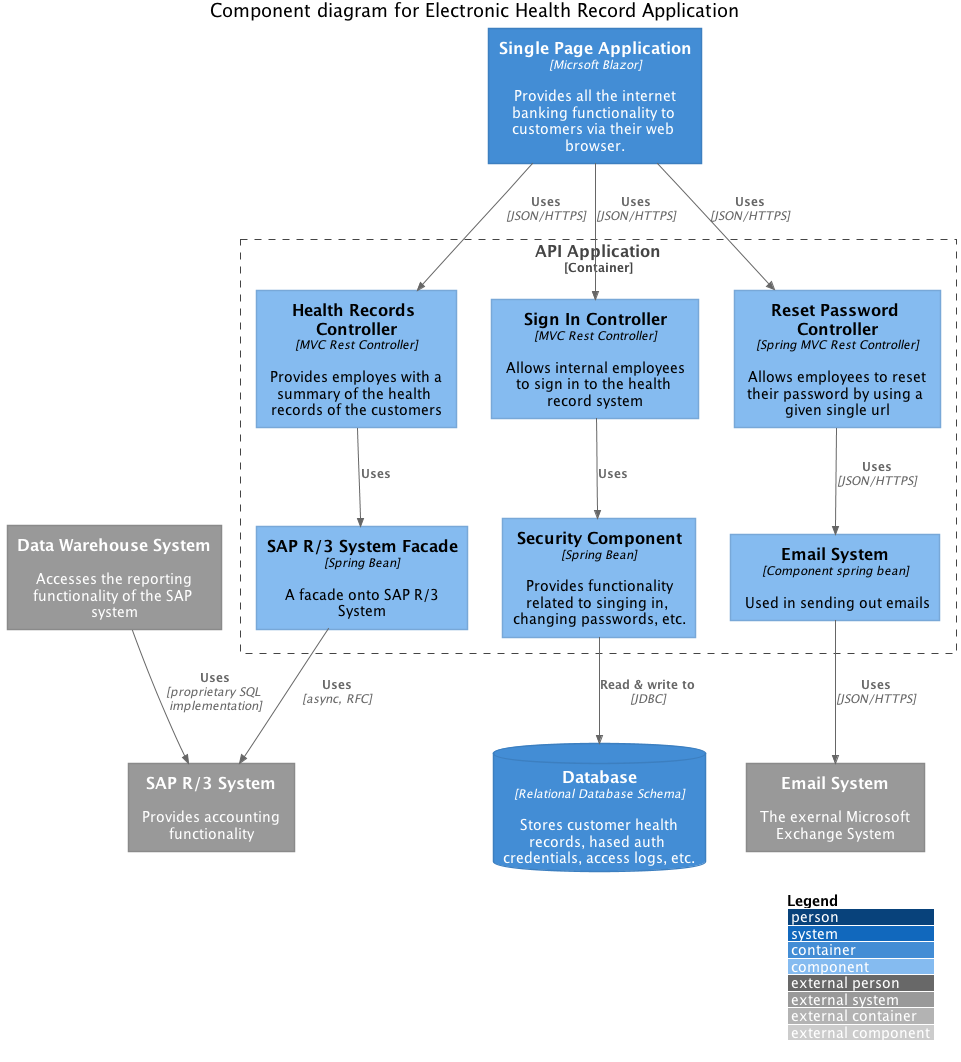
Before: out/level-3_component/Component diagram for Electronic Health Record Application.png, a diagram exported from PlantUML (patricpoba/msem-sw.arch-c4-model-assignment).
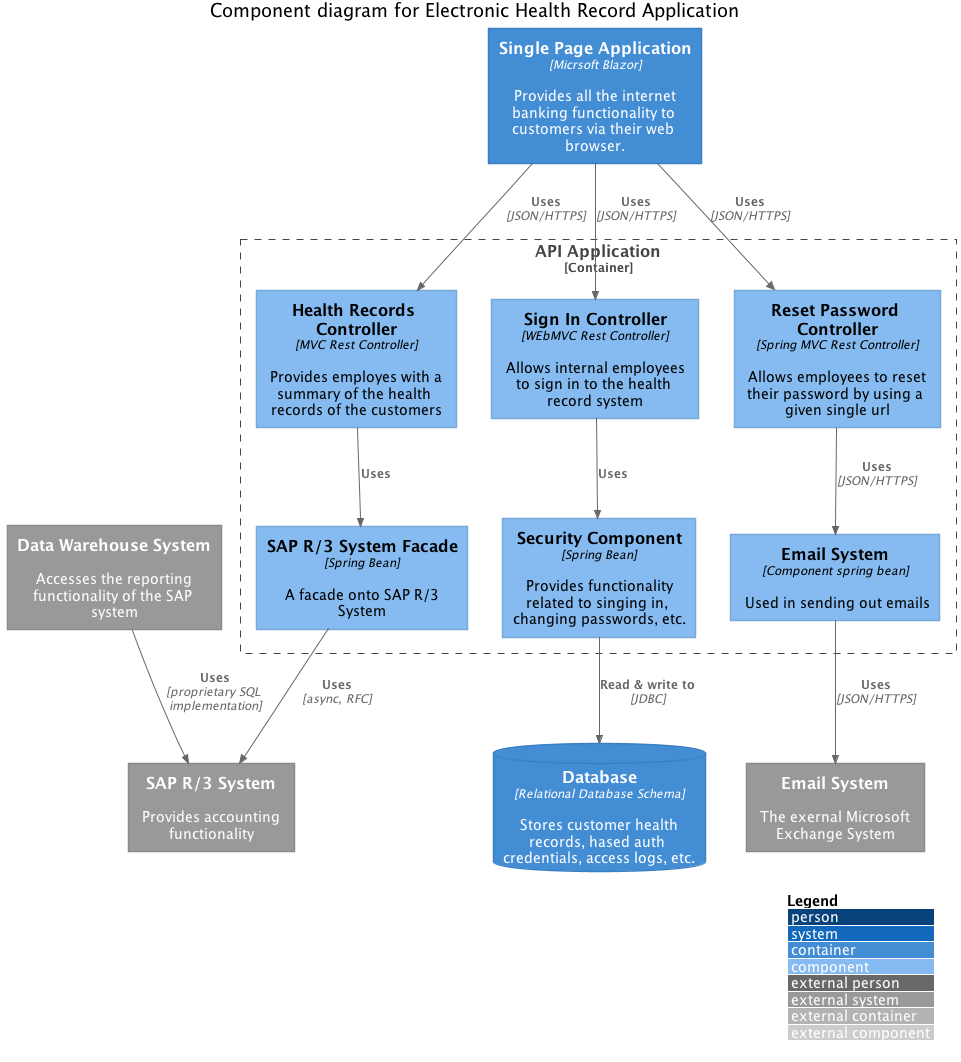
The same file after the commit.

Diff of the diagram source:
```diff
@@ -10,7 +10,7 @@
 System_Ext(sap, "SAP R/3 System", "Provides accounting functionality")
 
 Container_Boundary(api, "API Application") {
-    Component(sign, "Sign In Controller", "MVC Rest Controller", "Allows internal employees to sign in to the health record system")
+    Component(sign, "Sign In Controller", "WEbMVC Rest Controller", "Allows internal employees to sign in to the health record system")
     Component(records, "Health Records Controller", "MVC Rest Controller", "Provides employes with a summary of the health records of the customers")
     Component(resetPassword, "Reset Password Controller", "Spring MVC Rest Controller", "Allows employees to reset their password by using a given single url")
     Component(security, "Security Component", "Spring Bean", "Provides functionality related to singing in, changing passwords, etc.")
```
